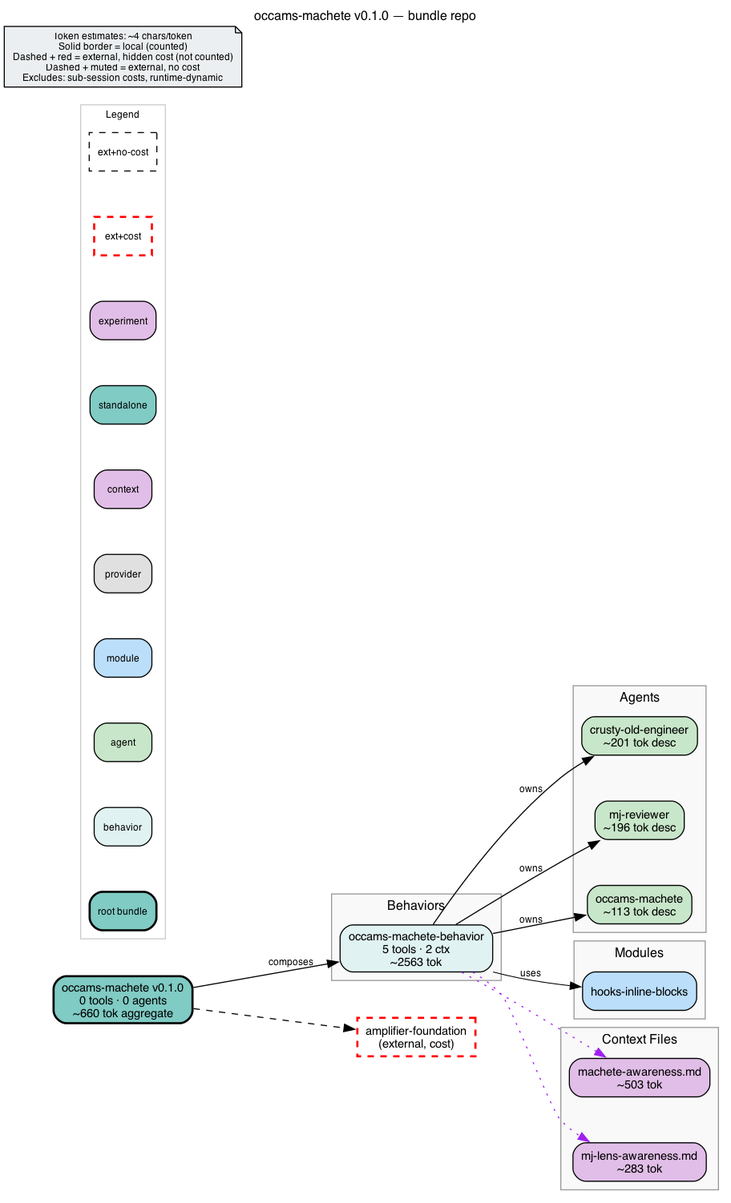
This is bundle.png from michaeljabbour/amplifier-bundle-mj, a Graphviz export, as it was before one commit. Its source is kept beside it as bundle.dot.
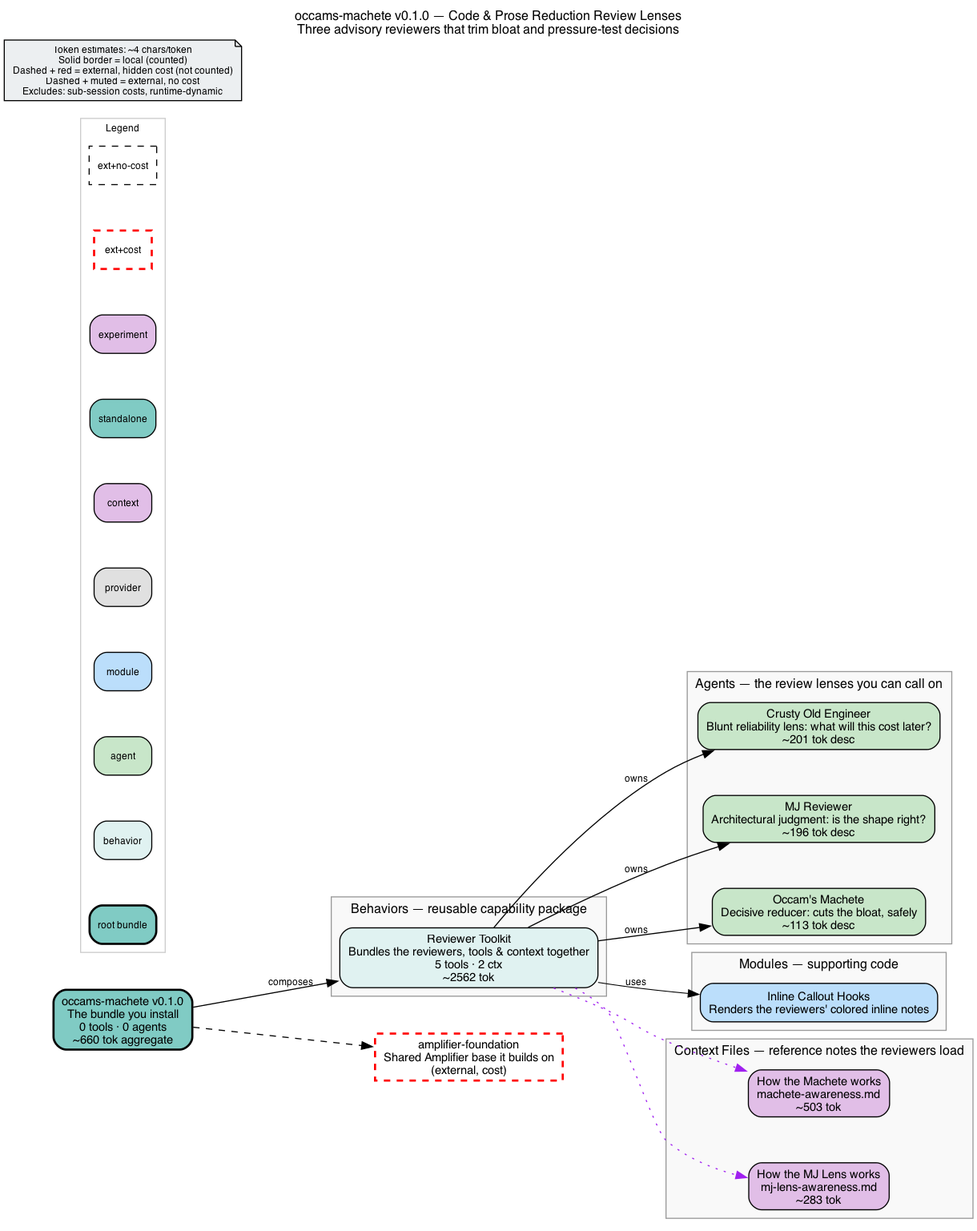
After the commit.

Diff of the diagram source:
```diff
@@ -2,56 +2,56 @@
     rankdir=LR
     fontname="Helvetica"
     fontsize=12
-    label="occams-machete v0.1.0 — bundle repo"
+    label="occams-machete v0.1.0 — Code & Prose Reduction Review Lenses\nThree advisory reviewers that trim bloat and pressure-test decisions"
     labelloc=t
     labeljust=c
     nodesep=0.6
     ranksep=0.7
     bgcolor="white"
-    source_hash="8bf82d8f6814436eccfbf13bc193e93ed92154581742b8a0911adb880cdc0af5"
+    source_hash="bddd5aec8089b3b6765ca88861abbab7c69f58828d248e2b50b8d746131efc44"
 
     node [fontname="Helvetica", fontsize=11, style="filled,rounded"]
     edge [fontname="Helvetica", fontsize=9]
 
-    root_occams_machete [label="occams-machete v0.1.0\n0 tools · 0 agents\n~660 tok aggregate", shape=box, fillcolor="#80cbc4", style="filled,rounded,bold", penwidth=2]
+    root_occams_machete [label="occams-machete v0.1.0\nThe bundle you install\n0 tools · 0 agents\n~660 tok aggregate", shape=box, fillcolor="#80cbc4", style="filled,rounded,bold", penwidth=2]
 
     subgraph cluster_behaviors {
-        label="Behaviors"
+        label="Behaviors — reusable capability package"
         style="filled"
         fillcolor="#f9f9f9"
         color="#999999"
 
-        beh_occams_machete_behavior [label="occams-machete-behavior\n5 tools · 2 ctx\n~2563 tok", shape=box, fillcolor="#e0f2f1", style="filled,rounded"]
+        beh_occams_machete_behavior [label="Reviewer Toolkit\nBundles the reviewers, tools & context together\n5 tools · 2 ctx\n~2562 tok", shape=box, fillcolor="#e0f2f1", style="filled,rounded"]
     }
 
     subgraph cluster_agents {
-        label="Agents"
+        label="Agents — the review lenses you can call on"
         style="filled"
         fillcolor="#f9f9f9"
         color="#999999"
 
-        agt_crusty_old_engineer [label="crusty-old-engineer\n~201 tok desc", shape=box, fillcolor="#c8e6c9", style="filled,rounded"]
-        agt_mj_reviewer [label="mj-reviewer\n~196 tok desc", shape=box, fillcolor="#c8e6c9", style="filled,rounded"]
-        agt_occams_machete [label="occams-machete\n~113 tok desc", shape=box, fillcolor="#c8e6c9", style="filled,rounded"]
+        agt_crusty_old_engineer [label="Crusty Old Engineer\nBlunt reliability lens: what will this cost later?\n~201 tok desc", shape=box, fillcolor="#c8e6c9", style="filled,rounded"]
+        agt_mj_reviewer [label="MJ Reviewer\nArchitectural judgment: is the shape right?\n~196 tok desc", shape=box, fillcolor="#c8e6c9", style="filled,rounded"]
+        agt_occams_machete [label="Occam's Machete\nDecisive reducer: cuts the bloat, safely\n~113 tok desc", shape=box, fillcolor="#c8e6c9", style="filled,rounded"]
     }
 
     subgraph cluster_modules {
-        label="Modules"
+        label="Modules — supporting code"
         style="filled"
         fillcolor="#f9f9f9"
         color="#999999"
 
-        mod_hooks_inline_blocks [label="hooks-inline-blocks", shape=box, fillcolor="#bbdefb", style="filled,rounded"]
+        mod_hooks_inline_blocks [label="Inline Callout Hooks\nRenders the reviewers' colored inline notes", shape=box, fillcolor="#bbdefb", style="filled,rounded"]
     }
 
     subgraph cluster_context {
-        label="Context Files"
+        label="Context Files — reference notes the reviewers load"
         style="filled"
         fillcolor="#f9f9f9"
         color="#999999"
 
-        ctx_machete_awareness_md [label="machete-awareness.md\n~503 tok", shape=box, fillcolor="#e1bee7", style="filled,rounded"]
-        ctx_mj_lens_awareness_md [label="mj-lens-awareness.md\n~283 tok", shape=box, fillcolor="#e1bee7", style="filled,rounded"]
+        ctx_machete_awareness_md [label="How the Machete works\nmachete-awareness.md\n~503 tok", shape=box, fillcolor="#e1bee7", style="filled,rounded"]
+        ctx_mj_lens_awareness_md [label="How the MJ Lens works\nmj-lens-awareness.md\n~283 tok", shape=box, fillcolor="#e1bee7", style="filled,rounded"]
     }
 
     subgraph cluster_legend {
@@ -75,7 +75,7 @@
 
     disclaimer [label="Token estimates: ~4 chars/token\nSolid border = local (counted)\nDashed + red = external, hidden cost (not counted)\nDashed + muted = external, no cost\nExcludes: sub-session costs, runtime-dynamic", shape=note, fillcolor="#eceff1", style="filled", fontsize=9]
 
-    ext_githttps___github_com_microsoft_amplifier_foundation_main [label="amplifier-foundation\n(external, cost)", shape=box, fillcolor="#80cbc4", style="dashed", color="red", penwidth=2]
+    ext_githttps___github_com_microsoft_amplifier_foundation_main [label="amplifier-foundation\nShared Amplifier base it builds on\n(external, cost)", shape=box, fillcolor="#80cbc4", style="dashed", color="red", penwidth=2]
 
     root_occams_machete -> ext_githttps___github_com_microsoft_amplifier_foundation_main [style=dashed]
     root_occams_machete -> beh_occams_machete_behavior [label="composes"]
```
